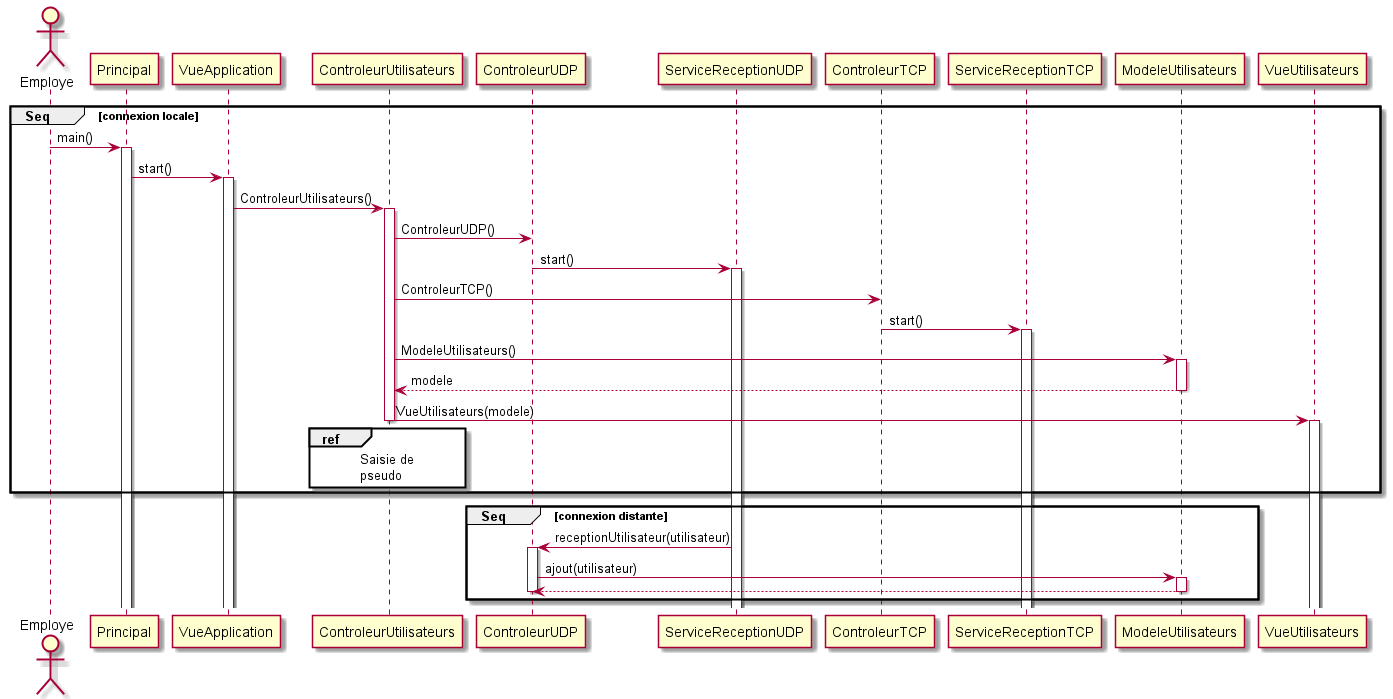
Before: sequence/connexion.png, a diagram exported from PlantUML (arc-hugo/clavardage_uml).
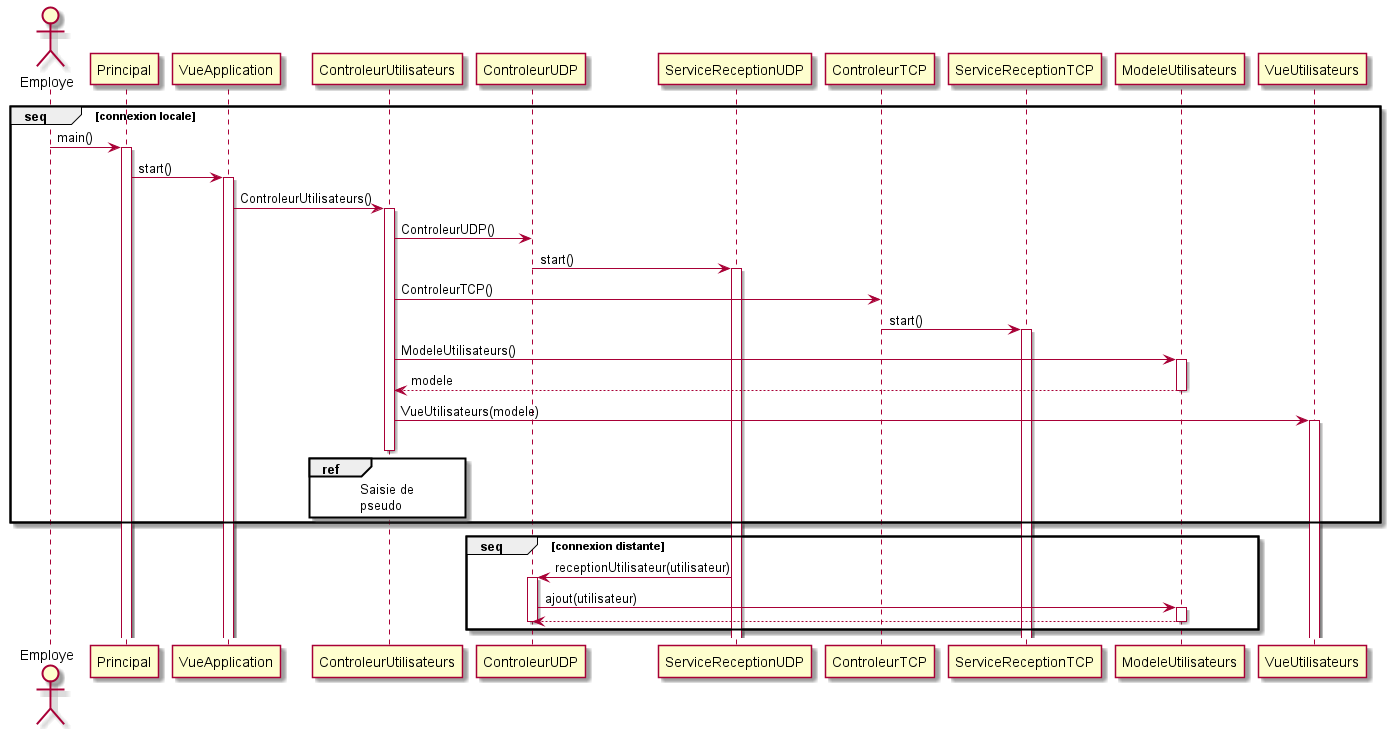
Above is the later version.

The edit, as a diff of the source:
```diff
@@ -1,6 +1,6 @@
 @startuml Connexion
 actor Employe
-group Seq [connexion locale]
+group seq [connexion locale]
     Employe -> Principal : main()
     activate Principal
     Principal -> VueApplication : start()
@@ -18,14 +18,14 @@
     ModeleUtilisateurs --> ControleurUtilisateurs : modele
     deactivate ModeleUtilisateurs
     ControleurUtilisateurs -> VueUtilisateurs : VueUtilisateurs(modele)
-    deactivate ControleurUtilisateurs
     activate VueUtilisateurs
     ref over ControleurUtilisateurs
         Saisie de
         pseudo
     end ref
+    deactivate ControleurUtilisateurs
 end
-group Seq [connexion distante]
+group seq [connexion distante]
     ServiceReceptionUDP -> ControleurUDP : receptionUtilisateur(utilisateur)
     activate ControleurUDP
     ControleurUDP -> ModeleUtilisateurs : ajout(utilisateur)
```
